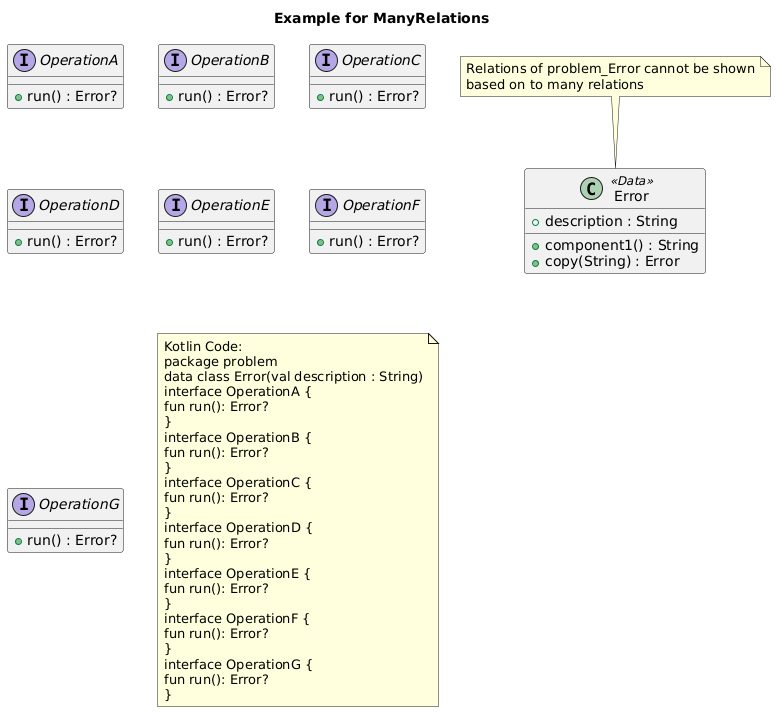
Tosaa/ksp-plantuml keeps this PlantUML diagram as doc/plantuml/ManyRelations.png. Above is the earlier version.
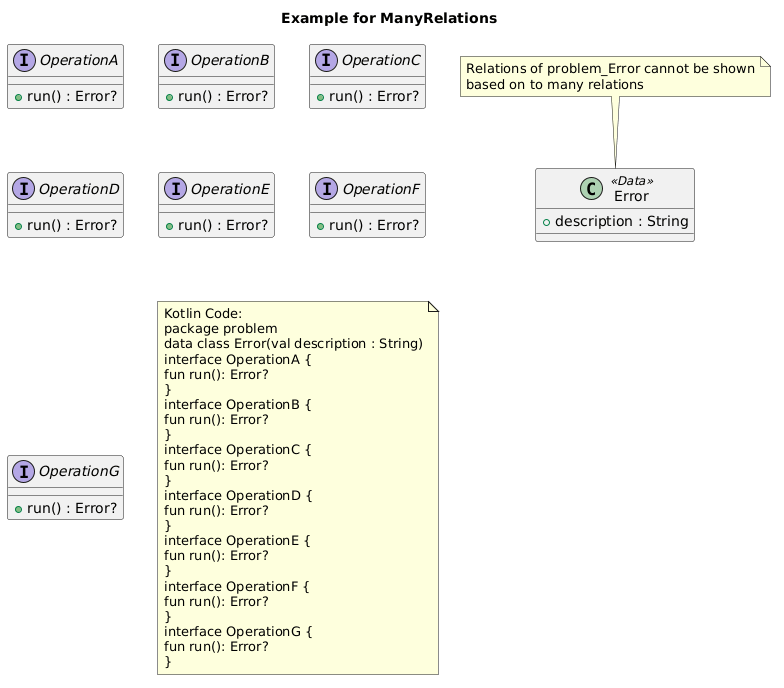
The same diagram one commit later.

Diff of the diagram source:
```diff
@@ -2,8 +2,6 @@
 title Example for ManyRelations
 class "Error" as problem_Error <<Data>>{
 + description : String
-+ component1() : String
-+ copy(String) : Error
 }
 interface "OperationA" as problem_OperationA {
 + run() : Error?
```
